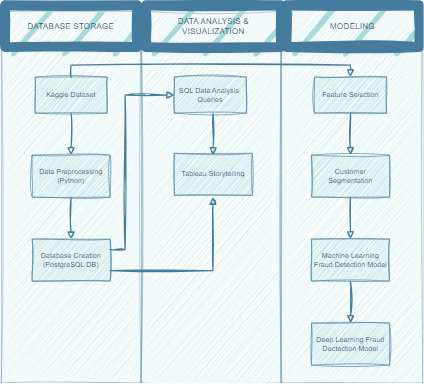
Before: images/workflow.png, a diagram exported from draw.io (dangyenlinhh/CreditCardFraud). Source tidied: cells renumbered, new cells last; positions are measured from the earlier drawing's top-left corner, leaving out a move shared by most shapes. Source of this version:
```xml
<mxGraphModel>
  <root>
    <mxCell id="0" />
    <mxCell id="1" parent="0" />
    <mxCell id="2" style="rounded=0;whiteSpace=wrap;html=1;fillColor=#A8DADC;strokeColor=#457B9D;opacity=60;sketch=1;curveFitting=1;jiggle=2;labelBackgroundColor=none;fontColor=#1D3557;" parent="1" vertex="1">
      <mxGeometry x="232.5" y="10" width="233" height="620" as="geometry" />
    </mxCell>
    <mxCell id="3" style="rounded=0;whiteSpace=wrap;html=1;fillColor=#A8DADC;strokeColor=#457B9D;opacity=60;sketch=1;curveFitting=1;jiggle=2;labelBackgroundColor=none;fontColor=#1D3557;" parent="1" vertex="1">
      <mxGeometry x="-0.5" y="10" width="233" height="620" as="geometry" />
    </mxCell>
    <mxCell id="4" style="rounded=0;html=1;jettySize=auto;fontSize=11;endArrow=block;endFill=0;endSize=8;strokeWidth=2;shadow=0;labelBackgroundColor=none;edgeStyle=orthogonalEdgeStyle;exitX=0.5;exitY=1;exitDx=0;exitDy=0;sketch=1;curveFitting=1;jiggle=2;strokeColor=#457B9D;fontColor=default;" parent="1" edge="1" source="8" target="9">
      <mxGeometry y="20" relative="1" as="geometry" />
    </mxCell>
    <mxCell id="5" style="rounded=0;html=1;jettySize=auto;fontSize=11;endArrow=block;endFill=0;endSize=8;strokeWidth=2;shadow=0;labelBackgroundColor=none;edgeStyle=orthogonalEdgeStyle;sketch=1;curveFitting=1;jiggle=2;strokeColor=#457B9D;fontColor=default;" parent="1" edge="1" source="9" target="6">
      <mxGeometry x="0.33" y="20" relative="1" as="geometry" />
    </mxCell>
    <mxCell id="6" value="Database Creation&lt;br&gt;(PostgreSQL DB)" style="rounded=0;whiteSpace=wrap;html=1;fontSize=12;glass=0;strokeWidth=1;shadow=0;fillColor=#A8DADC;strokeColor=#457B9D;sketch=1;curveFitting=1;jiggle=2;labelBackgroundColor=none;fontColor=#1D3557;" parent="1" vertex="1">
      <mxGeometry x="51" y="390" width="130" height="70" as="geometry" />
    </mxCell>
    <mxCell id="7" value="DATABASE STORAGE" style="text;strokeColor=#457B9D;fillColor=#A8DADC;align=center;verticalAlign=middle;whiteSpace=wrap;rounded=0;strokeWidth=16;fontSize=14;html=1;sketch=1;curveFitting=1;jiggle=2;labelBackgroundColor=none;fontColor=#1D3557;" parent="1" vertex="1">
      <mxGeometry x="6" width="220" height="70" as="geometry" />
    </mxCell>
    <mxCell id="8" value="Kaggle Dataset" style="rounded=0;whiteSpace=wrap;html=1;fillColor=#A8DADC;strokeColor=#457B9D;sketch=1;curveFitting=1;jiggle=2;labelBackgroundColor=none;fontColor=#1D3557;" parent="1" vertex="1">
      <mxGeometry x="56" y="120" width="120" height="60" as="geometry" />
    </mxCell>
    <mxCell id="9" value="Data Preprocessing&lt;br&gt;(Python)" style="rounded=0;whiteSpace=wrap;html=1;fillColor=#A8DADC;strokeColor=#457B9D;sketch=1;curveFitting=1;jiggle=2;labelBackgroundColor=none;fontColor=#1D3557;" parent="1" vertex="1">
      <mxGeometry x="51" y="250" width="130" height="70" as="geometry" />
    </mxCell>
    <mxCell id="10" style="rounded=0;html=1;jettySize=auto;orthogonalLoop=1;fontSize=11;endArrow=block;endFill=0;endSize=8;strokeWidth=2;shadow=0;labelBackgroundColor=none;edgeStyle=orthogonalEdgeStyle;exitX=0.5;exitY=1;exitDx=0;exitDy=0;sketch=1;curveFitting=1;jiggle=2;strokeColor=#457B9D;fontColor=default;" parent="1" edge="1">
      <mxGeometry y="20" relative="1" as="geometry">
        <mxPoint x="352.6" y="180" as="sourcePoint" />
        <mxPoint x="352.6" y="250" as="targetPoint" />
      </mxGeometry>
    </mxCell>
    <mxCell id="11" style="rounded=0;whiteSpace=wrap;html=1;fillColor=#A8DADC;strokeColor=#457B9D;opacity=60;sketch=1;curveFitting=1;jiggle=2;labelBackgroundColor=none;fontColor=#1D3557;" parent="1" vertex="1">
      <mxGeometry x="467" y="10" width="235.1" height="620" as="geometry" />
    </mxCell>
    <mxCell id="12" style="rounded=0;html=1;jettySize=auto;fontSize=11;endArrow=block;endFill=0;endSize=8;strokeWidth=2;shadow=0;labelBackgroundColor=none;edgeStyle=orthogonalEdgeStyle;exitX=0.5;exitY=1;exitDx=0;exitDy=0;sketch=1;curveFitting=1;jiggle=2;strokeColor=#457B9D;fontColor=default;" parent="1" edge="1" source="15" target="16">
      <mxGeometry y="20" relative="1" as="geometry" />
    </mxCell>
    <mxCell id="13" style="rounded=0;html=1;jettySize=auto;fontSize=11;endArrow=block;endFill=0;endSize=8;strokeWidth=2;shadow=0;labelBackgroundColor=none;edgeStyle=orthogonalEdgeStyle;sketch=1;curveFitting=1;jiggle=2;strokeColor=#457B9D;fontColor=default;" parent="1" edge="1" source="16" target="14">
      <mxGeometry x="0.33" y="20" relative="1" as="geometry" />
    </mxCell>
    <mxCell id="14" value="Machine Learning Fraud Detection Model" style="rounded=0;whiteSpace=wrap;html=1;fontSize=12;glass=0;strokeWidth=1;shadow=0;fillColor=#A8DADC;strokeColor=#457B9D;sketch=1;curveFitting=1;jiggle=2;labelBackgroundColor=none;fontColor=#1D3557;" parent="1" vertex="1">
      <mxGeometry x="516.7" y="390" width="130" height="70" as="geometry" />
    </mxCell>
    <mxCell id="15" value="Feature Selection" style="rounded=0;whiteSpace=wrap;html=1;fillColor=#A8DADC;strokeColor=#457B9D;sketch=1;curveFitting=1;jiggle=2;labelBackgroundColor=none;fontColor=#1D3557;" parent="1" vertex="1">
      <mxGeometry x="521.7" y="120" width="120" height="60" as="geometry" />
    </mxCell>
    <mxCell id="16" value="Customer Segmentation" style="rounded=0;whiteSpace=wrap;html=1;fillColor=#A8DADC;strokeColor=#457B9D;sketch=1;curveFitting=1;jiggle=2;labelBackgroundColor=none;fontColor=#1D3557;" parent="1" vertex="1">
      <mxGeometry x="516.7" y="250" width="130" height="70" as="geometry" />
    </mxCell>
    <mxCell id="17" value="DATA ANALYSIS &amp;amp; VISUALIZATION" style="text;html=1;strokeColor=#457B9D;fillColor=#A8DADC;align=center;verticalAlign=middle;whiteSpace=wrap;rounded=0;strokeWidth=16;fontSize=14;sketch=1;curveFitting=1;jiggle=2;labelBackgroundColor=none;fontColor=#1D3557;" parent="1" vertex="1">
      <mxGeometry x="240.6" width="224.9" height="70" as="geometry" />
    </mxCell>
    <mxCell id="18" value="SQL Data Analysis&amp;nbsp; Queries" style="rounded=0;whiteSpace=wrap;html=1;fillColor=#A8DADC;strokeColor=#457B9D;sketch=1;curveFitting=1;jiggle=2;labelBackgroundColor=none;fontColor=#1D3557;" parent="1" vertex="1">
      <mxGeometry x="288.1" y="120" width="120" height="60" as="geometry" />
    </mxCell>
    <mxCell id="19" value="Tableau Storytelling" style="rounded=0;whiteSpace=wrap;html=1;fillColor=#A8DADC;strokeColor=#457B9D;sketch=1;curveFitting=1;jiggle=2;labelBackgroundColor=none;fontColor=#1D3557;" parent="1" vertex="1">
      <mxGeometry x="288.1" y="247" width="130" height="70" as="geometry" />
    </mxCell>
    <mxCell id="20" style="rounded=0;html=1;jettySize=auto;fontSize=11;endArrow=block;endFill=0;endSize=8;strokeWidth=2;shadow=0;labelBackgroundColor=none;edgeStyle=orthogonalEdgeStyle;entryX=0.569;entryY=0.973;entryDx=0;entryDy=0;entryPerimeter=0;exitX=1;exitY=0.75;exitDx=0;exitDy=0;sketch=1;curveFitting=1;jiggle=2;strokeColor=#457B9D;fontColor=default;" parent="1" edge="1" source="6">
      <mxGeometry x="0.33" y="20" relative="1" as="geometry">
        <mxPoint x="352" y="320" as="targetPoint" />
        <Array as="points">
          <mxPoint x="352" y="443" />
        </Array>
      </mxGeometry>
    </mxCell>
    <mxCell id="21" style="rounded=0;html=1;jettySize=auto;fontSize=11;endArrow=block;endFill=0;endSize=8;strokeWidth=2;shadow=0;labelBackgroundColor=none;edgeStyle=orthogonalEdgeStyle;exitX=1;exitY=0.25;exitDx=0;exitDy=0;entryX=0;entryY=0.5;entryDx=0;entryDy=0;sketch=1;curveFitting=1;jiggle=2;strokeColor=#457B9D;fontColor=default;" parent="1" edge="1" source="6" target="18">
      <mxGeometry x="0.33" y="20" relative="1" as="geometry">
        <Array as="points">
          <mxPoint x="206" y="408" />
          <mxPoint x="206" y="150" />
        </Array>
      </mxGeometry>
    </mxCell>
    <mxCell id="22" style="rounded=0;html=1;jettySize=auto;fontSize=11;endArrow=block;endFill=0;endSize=8;strokeWidth=2;shadow=0;labelBackgroundColor=none;edgeStyle=orthogonalEdgeStyle;exitX=0.5;exitY=1;exitDx=0;exitDy=0;sketch=1;curveFitting=1;jiggle=2;strokeColor=#457B9D;fontColor=default;" parent="1" edge="1" source="14" target="23">
      <mxGeometry x="0.33" y="20" relative="1" as="geometry" />
    </mxCell>
    <mxCell id="23" value="Deep Learning Fraud Dectection Model" style="rounded=0;whiteSpace=wrap;html=1;fontSize=12;glass=0;strokeWidth=1;shadow=0;fillColor=#A8DADC;strokeColor=#457B9D;sketch=1;curveFitting=1;jiggle=2;labelBackgroundColor=none;fontColor=#1D3557;" parent="1" vertex="1">
      <mxGeometry x="516.7" y="530" width="130" height="70" as="geometry" />
    </mxCell>
    <mxCell id="24" style="rounded=0;html=1;jettySize=auto;fontSize=11;endArrow=block;endFill=0;endSize=8;strokeWidth=2;shadow=0;labelBackgroundColor=none;edgeStyle=orthogonalEdgeStyle;entryX=0.5;entryY=0;entryDx=0;entryDy=0;exitX=0.5;exitY=0;exitDx=0;exitDy=0;sketch=1;curveFitting=1;jiggle=2;strokeColor=#457B9D;fontColor=default;" parent="1" edge="1" source="8" target="15">
      <mxGeometry x="0.33" y="20" relative="1" as="geometry" />
    </mxCell>
    <mxCell id="25" value="MODELING" style="text;html=1;strokeColor=#457B9D;fillColor=#A8DADC;align=center;verticalAlign=middle;whiteSpace=wrap;rounded=0;strokeWidth=16;fontSize=14;sketch=1;curveFitting=1;jiggle=2;labelBackgroundColor=none;fontColor=#1D3557;" parent="1" vertex="1">
      <mxGeometry x="475" width="221" height="70" as="geometry" />
    </mxCell>
  </root>
</mxGraphModel>
```
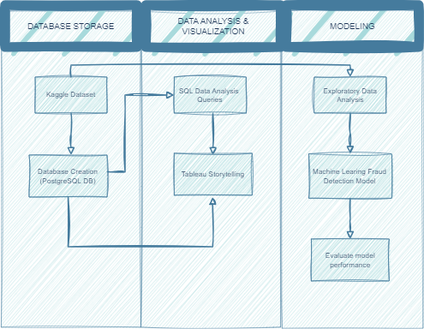
Above is the later version.

Diff of the diagram source:
```diff
@@ -3,19 +3,18 @@
     <mxCell id="0" />
     <mxCell id="1" parent="0" />
     <mxCell id="2" style="rounded=0;whiteSpace=wrap;html=1;fillColor=#A8DADC;strokeColor=#457B9D;opacity=60;sketch=1;curveFitting=1;jiggle=2;labelBackgroundColor=none;fontColor=#1D3557;" parent="1" vertex="1">
-      <mxGeometry x="232.5" y="10" width="233" height="620" as="geometry" />
+      <mxGeometry x="232.5" y="10" width="233" height="527" as="geometry" />
     </mxCell>
     <mxCell id="3" style="rounded=0;whiteSpace=wrap;html=1;fillColor=#A8DADC;strokeColor=#457B9D;opacity=60;sketch=1;curveFitting=1;jiggle=2;labelBackgroundColor=none;fontColor=#1D3557;" parent="1" vertex="1">
-      <mxGeometry x="-0.5" y="10" width="233" height="620" as="geometry" />
+      <mxGeometry x="-0.5" y="10" width="233" height="527" as="geometry" />
     </mxCell>
-    <mxCell id="4" style="rounded=0;html=1;jettySize=auto;fontSize=11;endArrow=block;endFill=0;endSize=8;strokeWidth=2;shadow=0;labelBackgroundColor=none;edgeStyle=orthogonalEdgeStyle;exitX=0.5;exitY=1;exitDx=0;exitDy=0;sketch=1;curveFitting=1;jiggle=2;strokeColor=#457B9D;fontColor=default;" parent="1" edge="1" source="8" target="9">
-      <mxGeometry y="20" relative="1" as="geometry" />
+    <mxCell id="4" style="rounded=0;html=1;jettySize=auto;fontSize=11;endArrow=block;endFill=0;endSize=8;strokeWidth=2;shadow=0;labelBackgroundColor=none;edgeStyle=orthogonalEdgeStyle;exitX=0.5;exitY=1;exitDx=0;exitDy=0;sketch=1;curveFitting=1;jiggle=2;strokeColor=#457B9D;fontColor=default;" parent="1" edge="1" source="8">
+      <mxGeometry y="20" relative="1" as="geometry">
+        <mxPoint x="116" y="250" as="targetPoint" />
+      </mxGeometry>
     </mxCell>
-    <mxCell id="5" style="rounded=0;html=1;jettySize=auto;fontSize=11;endArrow=block;endFill=0;endSize=8;strokeWidth=2;shadow=0;labelBackgroundColor=none;edgeStyle=orthogonalEdgeStyle;sketch=1;curveFitting=1;jiggle=2;strokeColor=#457B9D;fontColor=default;" parent="1" edge="1" source="9" target="6">
-      <mxGeometry x="0.33" y="20" relative="1" as="geometry" />
-    </mxCell>
     <mxCell id="6" value="Database Creation&lt;br&gt;(PostgreSQL DB)" style="rounded=0;whiteSpace=wrap;html=1;fontSize=12;glass=0;strokeWidth=1;shadow=0;fillColor=#A8DADC;strokeColor=#457B9D;sketch=1;curveFitting=1;jiggle=2;labelBackgroundColor=none;fontColor=#1D3557;" parent="1" vertex="1">
-      <mxGeometry x="51" y="390" width="130" height="70" as="geometry" />
+      <mxGeometry x="46" y="250" width="130" height="70" as="geometry" />
     </mxCell>
     <mxCell id="7" value="DATABASE STORAGE" style="text;strokeColor=#457B9D;fillColor=#A8DADC;align=center;verticalAlign=middle;whiteSpace=wrap;rounded=0;strokeWidth=16;fontSize=14;html=1;sketch=1;curveFitting=1;jiggle=2;labelBackgroundColor=none;fontColor=#1D3557;" parent="1" vertex="1">
       <mxGeometry x="6" width="220" height="70" as="geometry" />
@@ -23,9 +22,6 @@
     <mxCell id="8" value="Kaggle Dataset" style="rounded=0;whiteSpace=wrap;html=1;fillColor=#A8DADC;strokeColor=#457B9D;sketch=1;curveFitting=1;jiggle=2;labelBackgroundColor=none;fontColor=#1D3557;" parent="1" vertex="1">
       <mxGeometry x="56" y="120" width="120" height="60" as="geometry" />
     </mxCell>
-    <mxCell id="9" value="Data Preprocessing&lt;br&gt;(Python)" style="rounded=0;whiteSpace=wrap;html=1;fillColor=#A8DADC;strokeColor=#457B9D;sketch=1;curveFitting=1;jiggle=2;labelBackgroundColor=none;fontColor=#1D3557;" parent="1" vertex="1">
-      <mxGeometry x="51" y="250" width="130" height="70" as="geometry" />
-    </mxCell>
     <mxCell id="10" style="rounded=0;html=1;jettySize=auto;orthogonalLoop=1;fontSize=11;endArrow=block;endFill=0;endSize=8;strokeWidth=2;shadow=0;labelBackgroundColor=none;edgeStyle=orthogonalEdgeStyle;exitX=0.5;exitY=1;exitDx=0;exitDy=0;sketch=1;curveFitting=1;jiggle=2;strokeColor=#457B9D;fontColor=default;" parent="1" edge="1">
       <mxGeometry y="20" relative="1" as="geometry">
         <mxPoint x="352.6" y="180" as="sourcePoint" />
@@ -33,7 +29,7 @@
       </mxGeometry>
     </mxCell>
     <mxCell id="11" style="rounded=0;whiteSpace=wrap;html=1;fillColor=#A8DADC;strokeColor=#457B9D;opacity=60;sketch=1;curveFitting=1;jiggle=2;labelBackgroundColor=none;fontColor=#1D3557;" parent="1" vertex="1">
-      <mxGeometry x="467" y="10" width="235.1" height="620" as="geometry" />
+      <mxGeometry x="468" y="10" width="235.1" height="529" as="geometry" />
     </mxCell>
     <mxCell id="12" style="rounded=0;html=1;jettySize=auto;fontSize=11;endArrow=block;endFill=0;endSize=8;strokeWidth=2;shadow=0;labelBackgroundColor=none;edgeStyle=orthogonalEdgeStyle;exitX=0.5;exitY=1;exitDx=0;exitDy=0;sketch=1;curveFitting=1;jiggle=2;strokeColor=#457B9D;fontColor=default;" parent="1" edge="1" source="15" target="16">
       <mxGeometry y="20" relative="1" as="geometry" />
@@ -41,14 +37,14 @@
     <mxCell id="13" style="rounded=0;html=1;jettySize=auto;fontSize=11;endArrow=block;endFill=0;endSize=8;strokeWidth=2;shadow=0;labelBackgroundColor=none;edgeStyle=orthogonalEdgeStyle;sketch=1;curveFitting=1;jiggle=2;strokeColor=#457B9D;fontColor=default;" parent="1" edge="1" source="16" target="14">
       <mxGeometry x="0.33" y="20" relative="1" as="geometry" />
     </mxCell>
-    <mxCell id="14" value="Machine Learning Fraud Detection Model" style="rounded=0;whiteSpace=wrap;html=1;fontSize=12;glass=0;strokeWidth=1;shadow=0;fillColor=#A8DADC;strokeColor=#457B9D;sketch=1;curveFitting=1;jiggle=2;labelBackgroundColor=none;fontColor=#1D3557;" parent="1" vertex="1">
+    <mxCell id="14" value="Evaluate model performance" style="rounded=0;whiteSpace=wrap;html=1;fontSize=12;glass=0;strokeWidth=1;shadow=0;fillColor=#A8DADC;strokeColor=#457B9D;sketch=1;curveFitting=1;jiggle=2;labelBackgroundColor=none;fontColor=#1D3557;" parent="1" vertex="1">
       <mxGeometry x="516.7" y="390" width="130" height="70" as="geometry" />
     </mxCell>
-    <mxCell id="15" value="Feature Selection" style="rounded=0;whiteSpace=wrap;html=1;fillColor=#A8DADC;strokeColor=#457B9D;sketch=1;curveFitting=1;jiggle=2;labelBackgroundColor=none;fontColor=#1D3557;" parent="1" vertex="1">
+    <mxCell id="15" value="Explorato&lt;span style=&quot;background-color: initial;&quot;&gt;ry Data Analysis&lt;/span&gt;" style="rounded=0;whiteSpace=wrap;html=1;fillColor=#A8DADC;strokeColor=#457B9D;sketch=1;curveFitting=1;jiggle=2;labelBackgroundColor=none;fontColor=#1D3557;" parent="1" vertex="1">
       <mxGeometry x="521.7" y="120" width="120" height="60" as="geometry" />
     </mxCell>
-    <mxCell id="16" value="Customer Segmentation" style="rounded=0;whiteSpace=wrap;html=1;fillColor=#A8DADC;strokeColor=#457B9D;sketch=1;curveFitting=1;jiggle=2;labelBackgroundColor=none;fontColor=#1D3557;" parent="1" vertex="1">
-      <mxGeometry x="516.7" y="250" width="130" height="70" as="geometry" />
+    <mxCell id="16" value="Machine Learing Fraud Detection Model" style="rounded=0;whiteSpace=wrap;html=1;fillColor=#A8DADC;strokeColor=#457B9D;sketch=1;curveFitting=1;jiggle=2;labelBackgroundColor=none;fontColor=#1D3557;" parent="1" vertex="1">
+      <mxGeometry x="512.5" y="248" width="138.3" height="74" as="geometry" />
     </mxCell>
     <mxCell id="17" value="DATA ANALYSIS &amp;amp; VISUALIZATION" style="text;html=1;strokeColor=#457B9D;fillColor=#A8DADC;align=center;verticalAlign=middle;whiteSpace=wrap;rounded=0;strokeWidth=16;fontSize=14;sketch=1;curveFitting=1;jiggle=2;labelBackgroundColor=none;fontColor=#1D3557;" parent="1" vertex="1">
       <mxGeometry x="240.6" width="224.9" height="70" as="geometry" />
@@ -59,28 +55,25 @@
     <mxCell id="19" value="Tableau Storytelling" style="rounded=0;whiteSpace=wrap;html=1;fillColor=#A8DADC;strokeColor=#457B9D;sketch=1;curveFitting=1;jiggle=2;labelBackgroundColor=none;fontColor=#1D3557;" parent="1" vertex="1">
       <mxGeometry x="288.1" y="247" width="130" height="70" as="geometry" />
     </mxCell>
-    <mxCell id="20" style="rounded=0;html=1;jettySize=auto;fontSize=11;endArrow=block;endFill=0;endSize=8;strokeWidth=2;shadow=0;labelBackgroundColor=none;edgeStyle=orthogonalEdgeStyle;entryX=0.569;entryY=0.973;entryDx=0;entryDy=0;entryPerimeter=0;exitX=1;exitY=0.75;exitDx=0;exitDy=0;sketch=1;curveFitting=1;jiggle=2;strokeColor=#457B9D;fontColor=default;" parent="1" edge="1" source="6">
+    <mxCell id="20" style="rounded=0;html=1;jettySize=auto;fontSize=11;endArrow=block;endFill=0;endSize=8;strokeWidth=2;shadow=0;labelBackgroundColor=none;edgeStyle=orthogonalEdgeStyle;entryX=0.569;entryY=0.973;entryDx=0;entryDy=0;entryPerimeter=0;exitX=0.5;exitY=1;exitDx=0;exitDy=0;sketch=1;curveFitting=1;jiggle=2;strokeColor=#457B9D;fontColor=default;" parent="1" edge="1" source="6">
       <mxGeometry x="0.33" y="20" relative="1" as="geometry">
         <mxPoint x="352" y="320" as="targetPoint" />
         <Array as="points">
-          <mxPoint x="352" y="443" />
+          <mxPoint x="111" y="403" />
+          <mxPoint x="352" y="403" />
         </Array>
       </mxGeometry>
     </mxCell>
-    <mxCell id="21" style="rounded=0;html=1;jettySize=auto;fontSize=11;endArrow=block;endFill=0;endSize=8;strokeWidth=2;shadow=0;labelBackgroundColor=none;edgeStyle=orthogonalEdgeStyle;exitX=1;exitY=0.25;exitDx=0;exitDy=0;entryX=0;entryY=0.5;entryDx=0;entryDy=0;sketch=1;curveFitting=1;jiggle=2;strokeColor=#457B9D;fontColor=default;" parent="1" edge="1" source="6" target="18">
+    <mxCell id="21" style="rounded=0;html=1;jettySize=auto;fontSize=11;endArrow=block;endFill=0;endSize=8;strokeWidth=2;shadow=0;labelBackgroundColor=none;edgeStyle=orthogonalEdgeStyle;entryX=0;entryY=0.5;entryDx=0;entryDy=0;sketch=1;curveFitting=1;jiggle=2;strokeColor=#457B9D;fontColor=default;" parent="1" edge="1" target="18">
       <mxGeometry x="0.33" y="20" relative="1" as="geometry">
+        <mxPoint x="177" y="278" as="sourcePoint" />
         <Array as="points">
-          <mxPoint x="206" y="408" />
+          <mxPoint x="176" y="278" />
+          <mxPoint x="206" y="278" />
           <mxPoint x="206" y="150" />
         </Array>
       </mxGeometry>
     </mxCell>
-    <mxCell id="22" style="rounded=0;html=1;jettySize=auto;fontSize=11;endArrow=block;endFill=0;endSize=8;strokeWidth=2;shadow=0;labelBackgroundColor=none;edgeStyle=orthogonalEdgeStyle;exitX=0.5;exitY=1;exitDx=0;exitDy=0;sketch=1;curveFitting=1;jiggle=2;strokeColor=#457B9D;fontColor=default;" parent="1" edge="1" source="14" target="23">
-      <mxGeometry x="0.33" y="20" relative="1" as="geometry" />
-    </mxCell>
-    <mxCell id="23" value="Deep Learning Fraud Dectection Model" style="rounded=0;whiteSpace=wrap;html=1;fontSize=12;glass=0;strokeWidth=1;shadow=0;fillColor=#A8DADC;strokeColor=#457B9D;sketch=1;curveFitting=1;jiggle=2;labelBackgroundColor=none;fontColor=#1D3557;" parent="1" vertex="1">
-      <mxGeometry x="516.7" y="530" width="130" height="70" as="geometry" />
-    </mxCell>
     <mxCell id="24" style="rounded=0;html=1;jettySize=auto;fontSize=11;endArrow=block;endFill=0;endSize=8;strokeWidth=2;shadow=0;labelBackgroundColor=none;edgeStyle=orthogonalEdgeStyle;entryX=0.5;entryY=0;entryDx=0;entryDy=0;exitX=0.5;exitY=0;exitDx=0;exitDy=0;sketch=1;curveFitting=1;jiggle=2;strokeColor=#457B9D;fontColor=default;" parent="1" edge="1" source="8" target="15">
       <mxGeometry x="0.33" y="20" relative="1" as="geometry" />
     </mxCell>
```
